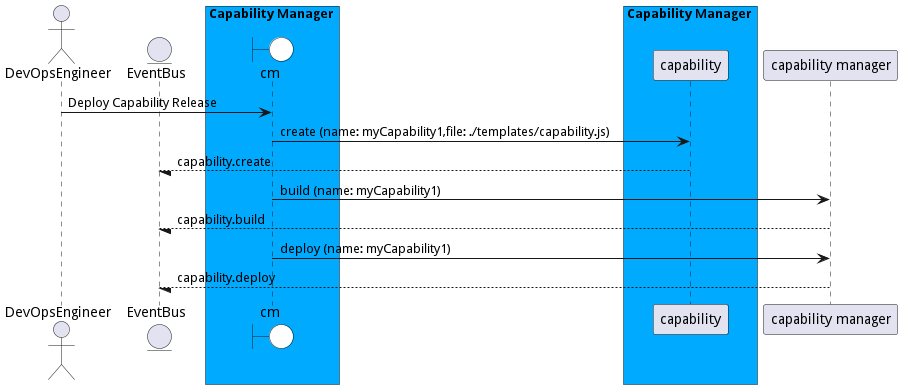
Before: docs/sabr/aml/cm/usecases/deploycapability/DeployCapabilityRelease.png, a diagram exported from PlantUML (madajaju/sabr). The source it was exported from:
```plantuml
@startuml

actor "DevOpsEngineer"


entity EventBus

box Capability Manager #00aaff
    boundary cm #white
end box


box Capability Manager #00aaff
            participant capability
    end box


"DevOpsEngineer" -> cm: Deploy Capability Release

    cm -> "capability": create (name: myCapability1,file: ./templates/capability.js)

    "capability" --/ EventBus: capability.create

    cm -> "capability manager": build (name: myCapability1)

    "capability manager" --/ EventBus: capability.build

    cm -> "capability manager": deploy (name: myCapability1)

    "capability manager" --/ EventBus: capability.deploy



@enduml
```
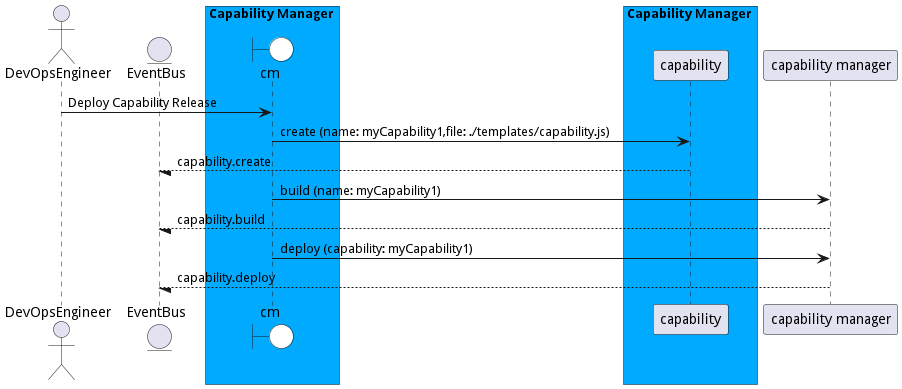
Above is the later version.

What changed in the source:
```diff
@@ -25,7 +25,7 @@
 
     "capability manager" --/ EventBus: capability.build
 
-    cm -> "capability manager": deploy (name: myCapability1)
+    cm -> "capability manager": deploy (capability: myCapability1)
 
     "capability manager" --/ EventBus: capability.deploy
 
```
